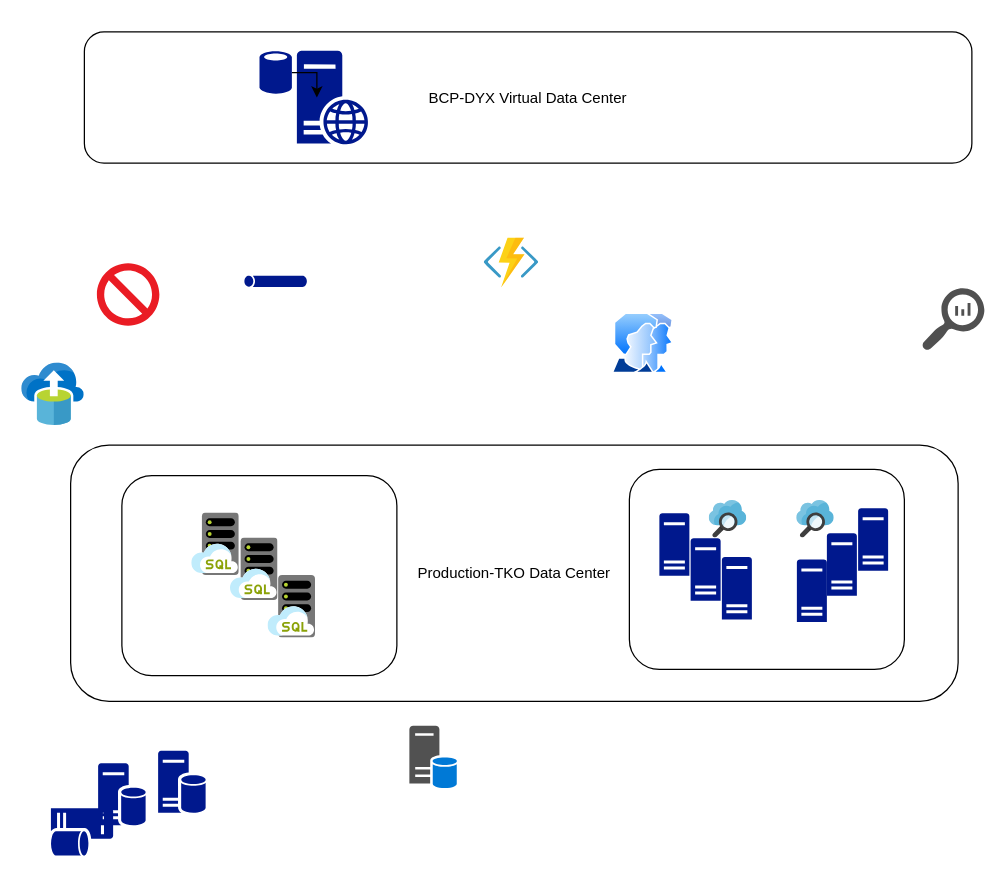
leiting6/diagrams keeps this draw.io diagram as 未命名绘图.drawio. Above is the earlier version. Source tidied: cells renumbered, new cells numbered last; positions are measured from the earlier drawing's top-left corner, leaving out a move shared by most shapes. Both pictures are drawn from the tidied source at 125%, with x=0, y=0 at pixel (21, 31).
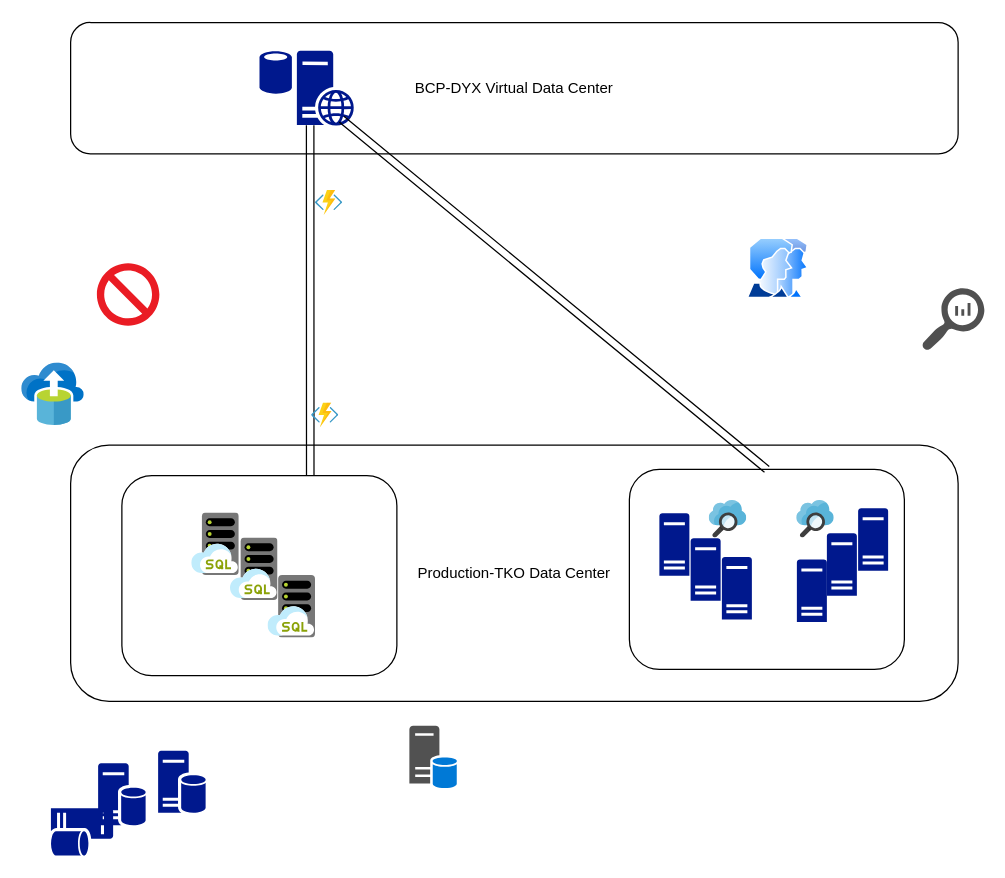
After the change.

Commit message (it also covers changes not shown here):
更新未命名绘图.drawio

The change refers to these unchanged cells:
```xml
<mxCell id="3" value="Production-TKO Data Center" style="rounded=1;whiteSpace=wrap;html=1;" parent="1" vertex="1">
  <mxGeometry x="39" y="330.5" width="710" height="205" as="geometry" />
</mxCell>
<mxCell id="4" style="rounded=1;whiteSpace=wrap;html=1;" parent="1" vertex="1">
  <mxGeometry x="486" y="350" width="220" height="160" as="geometry" />
</mxCell>
<mxCell id="9" style="sketch=0;shadow=0;dashed=0;html=1;strokeColor=none;labelPosition=center;verticalLabelPosition=bottom;verticalAlign=top;align=center;fillColor=#00188D;shape=mxgraph.mscae.enterprise.database_generic;" parent="1" vertex="1">
  <mxGeometry x="190.1" y="15" width="25.9" height="35" as="geometry" />
</mxCell>
```

What changed in the source:
```diff
@@
     <mxCell id="2" value="BCP-DYX Virtual Data Center" style="rounded=1;whiteSpace=wrap;html=1;" parent="1" vertex="1">
-      <mxGeometry x="50" width="710" height="105" as="geometry" />
+      <mxGeometry x="39" y="-7.5" width="710" height="105" as="geometry" />
     </mxCell>
@@
     <mxCell id="6" style="sketch=0;shadow=0;dashed=0;html=1;strokeColor=none;labelPosition=center;verticalLabelPosition=bottom;verticalAlign=top;align=center;fillColor=#00188D;shape=mxgraph.mscae.enterprise.web_server;" parent="1" vertex="1">
-      <mxGeometry x="220" y="15" width="57" height="75" as="geometry" />
+      <mxGeometry x="220" y="15" width="45.6" height="60" as="geometry" />
     </mxCell>
@@
-    <mxCell id="8" style="edgeStyle=orthogonalEdgeStyle;rounded=0;jettySize=auto;html=1;exitX=1;exitY=0.5;exitDx=0;exitDy=0;exitPerimeter=0;" parent="1" edge="1" source="9" target="6">
-      <mxGeometry relative="1" as="geometry" />
-    </mxCell>
@@
-    <mxCell id="19" style="sketch=0;shadow=0;dashed=0;html=1;strokeColor=none;labelPosition=center;verticalLabelPosition=bottom;verticalAlign=top;align=center;fillColor=#00188D;shape=mxgraph.mscae.general.tunnel;" parent="1" vertex="1">
-      <mxGeometry x="178" y="195" width="50" height="9" as="geometry" />
-    </mxCell>
@@
     <mxCell id="23" style="sketch=0;html=1;align=center;image;fontSize=12;image=img/lib/mscae/Functions.svg;" parent="1" vertex="1">
-      <mxGeometry x="370" y="165" width="43.5" height="40" as="geometry" />
+      <mxGeometry x="235" y="127" width="21.7" height="20" as="geometry" />
     </mxCell>
@@
     <mxCell id="25" style="perimeter=ellipsePerimeter;html=1;align=center;shadow=0;dashed=0;spacingTop=3;image;image=img/lib/active_directory/user_accounts.svg;" parent="1" vertex="1">
-      <mxGeometry x="472" y="225" width="50" height="48.5" as="geometry" />
+      <mxGeometry x="580" y="165" width="50" height="48.5" as="geometry" />
     </mxCell>
@@
+    <mxCell id="30" style="shape=link;html=1;rounded=0;width=6;exitX=0.233;exitY=0.996;exitDx=0;exitDy=0;exitPerimeter=0;entryX=0.27;entryY=0.12;entryDx=0;entryDy=0;entryPerimeter=0;" parent="1" edge="1" source="6" target="3">
+      <mxGeometry relative="1" as="geometry" />
+    </mxCell>
+    <mxCell id="31" style="shape=link;html=1;rounded=0;width=6;exitX=0.233;exitY=0.996;exitDx=0;exitDy=0;exitPerimeter=0;entryX=0.5;entryY=0;entryDx=0;entryDy=0;" parent="1" edge="1" target="4">
+      <mxGeometry relative="1" as="geometry">
+        <mxPoint x="255.7" y="69.8" as="sourcePoint" />
+      </mxGeometry>
+    </mxCell>
+    <mxCell id="32" style="sketch=0;html=1;align=center;image;fontSize=12;image=img/lib/mscae/Functions.svg;" parent="1" vertex="1">
+      <mxGeometry x="231.9" y="297" width="21.7" height="20" as="geometry" />
+    </mxCell>
```
